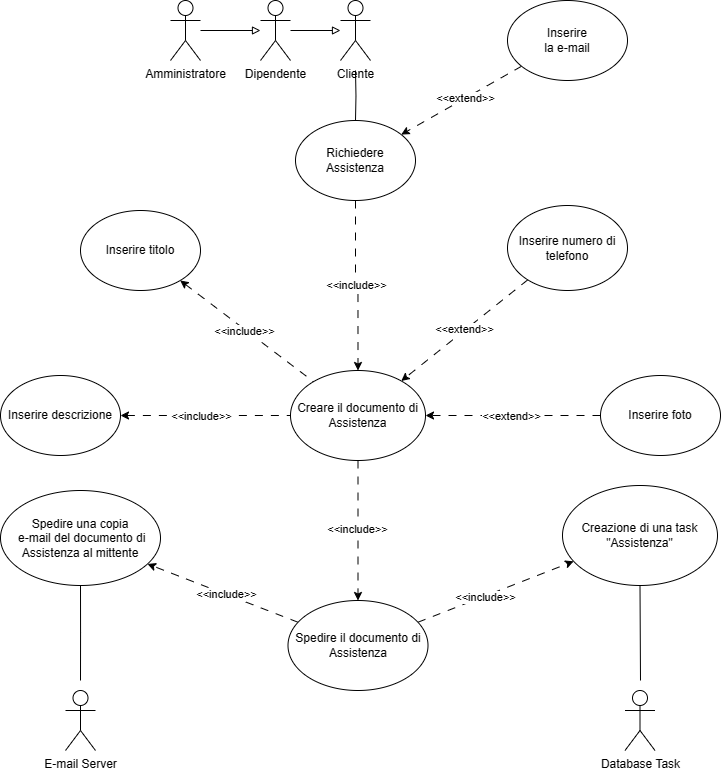
Earlier version of the draw.io export second-deliverable/images/RF7_assistenza_UCD.png (IS-FixMi/Documentation-Source). Source tidied: cells renumbered, new cells last; positions are measured from the earlier drawing's top-left corner, leaving out a move shared by most shapes.
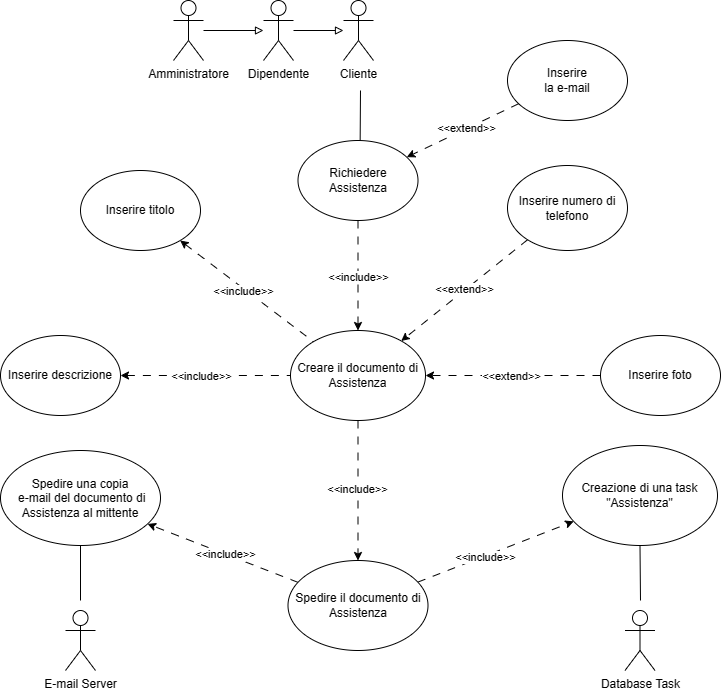
After the change.

Diff of the diagram source:
```diff
@@ -2,13 +2,8 @@
   <root>
     <mxCell id="0" />
     <mxCell id="1" parent="0" />
-    <mxCell id="2" style="edgeStyle=orthogonalEdgeStyle;rounded=0;jettySize=auto;html=1;endArrow=none;endFill=0;" parent="1" edge="1" target="6">
-      <mxGeometry relative="1" as="geometry">
-        <mxPoint x="355" y="70" as="sourcePoint" />
-      </mxGeometry>
-    </mxCell>
     <mxCell id="3" value="Cliente" style="shape=umlActor;verticalLabelPosition=bottom;verticalAlign=top;html=1;outlineConnect=0;" parent="1" vertex="1">
-      <mxGeometry x="340" width="30" height="60" as="geometry" />
+      <mxGeometry x="343" y="40" width="30" height="60" as="geometry" />
     </mxCell>
     <mxCell id="4" style="edgeStyle=orthogonalEdgeStyle;rounded=0;jettySize=auto;html=1;dashed=1;dashPattern=8 8;strokeColor=default;" parent="1" edge="1" source="6" target="12">
       <mxGeometry relative="1" as="geometry" />
@@ -18,8 +13,13 @@
         <mxPoint y="7" as="offset" />
       </mxGeometry>
     </mxCell>
+    <mxCell id="40" style="rounded=0;jettySize=auto;html=1;endArrow=none;endFill=0;exitX=0.518;exitY=0;exitDx=0;exitDy=0;exitPerimeter=0;" parent="1" edge="1" source="6">
+      <mxGeometry relative="1" as="geometry">
+        <mxPoint x="360" y="130" as="targetPoint" />
+      </mxGeometry>
+    </mxCell>
     <mxCell id="6" value="Richiedere&lt;br&gt;Assistenza" style="ellipse;whiteSpace=wrap;html=1;" parent="1" vertex="1">
-      <mxGeometry x="295" y="120" width="120" height="80" as="geometry" />
+      <mxGeometry x="297.5" y="180" width="120" height="80" as="geometry" />
     </mxCell>
     <mxCell id="7" style="rounded=0;jettySize=auto;html=1;dashed=1;dashPattern=8 8;" parent="1" edge="1" source="9" target="6">
       <mxGeometry relative="1" as="geometry" />
@@ -30,7 +30,7 @@
       </mxGeometry>
     </mxCell>
     <mxCell id="9" value="Inserire&lt;br&gt;la e-mail" style="ellipse;whiteSpace=wrap;html=1;" parent="1" vertex="1">
-      <mxGeometry x="507" width="120" height="80" as="geometry" />
+      <mxGeometry x="507" y="80" width="120" height="80" as="geometry" />
     </mxCell>
     <mxCell id="10" style="edgeStyle=orthogonalEdgeStyle;rounded=0;jettySize=auto;html=1;dashed=1;dashPattern=8 8;" parent="1" edge="1" source="12" target="33">
       <mxGeometry relative="1" as="geometry" />
@@ -43,28 +43,28 @@
     <mxCell id="12" value="Creare il documento di Assistenza" style="ellipse;whiteSpace=wrap;html=1;" parent="1" vertex="1">
       <mxGeometry x="290" y="370" width="135" height="90" as="geometry" />
     </mxCell>
+    <mxCell id="41" style="rounded=0;jettySize=auto;html=1;endArrow=none;endFill=0;" parent="1" edge="1" source="13">
+      <mxGeometry relative="1" as="geometry">
+        <mxPoint x="640" y="640" as="targetPoint" />
+      </mxGeometry>
+    </mxCell>
     <mxCell id="13" value="Creazione di una task &quot;Assistenza&quot;" style="ellipse;whiteSpace=wrap;html=1;" parent="1" vertex="1">
       <mxGeometry x="562" y="485" width="155" height="100" as="geometry" />
     </mxCell>
-    <mxCell id="14" style="rounded=0;jettySize=auto;html=1;endArrow=none;endFill=0;" parent="1" edge="1" target="13">
-      <mxGeometry relative="1" as="geometry">
-        <mxPoint x="640" y="680" as="sourcePoint" />
-      </mxGeometry>
-    </mxCell>
     <mxCell id="15" value="Database Task" style="shape=umlActor;verticalLabelPosition=bottom;verticalAlign=top;html=1;" parent="1" vertex="1">
-      <mxGeometry x="624.5" y="690" width="30" height="60" as="geometry" />
+      <mxGeometry x="624.5" y="650" width="30" height="60" as="geometry" />
     </mxCell>
     <mxCell id="16" style="edgeStyle=orthogonalEdgeStyle;rounded=0;jettySize=auto;html=1;endArrow=block;endFill=0;" parent="1" edge="1" source="17" target="3">
       <mxGeometry relative="1" as="geometry" />
     </mxCell>
     <mxCell id="17" value="Dipendente" style="shape=umlActor;verticalLabelPosition=bottom;verticalAlign=top;html=1;outlineConnect=0;" parent="1" vertex="1">
-      <mxGeometry x="260" width="30" height="60" as="geometry" />
+      <mxGeometry x="263" y="40" width="30" height="60" as="geometry" />
     </mxCell>
     <mxCell id="18" style="edgeStyle=orthogonalEdgeStyle;rounded=0;jettySize=auto;html=1;endArrow=block;endFill=0;" parent="1" edge="1" source="19" target="17">
       <mxGeometry relative="1" as="geometry" />
     </mxCell>
     <mxCell id="19" value="Amministratore" style="shape=umlActor;verticalLabelPosition=bottom;verticalAlign=top;html=1;outlineConnect=0;" parent="1" vertex="1">
-      <mxGeometry x="170" width="30" height="60" as="geometry" />
+      <mxGeometry x="173" y="40" width="30" height="60" as="geometry" />
     </mxCell>
     <mxCell id="20" style="rounded=0;jettySize=auto;html=1;dashed=1;dashPattern=8 8;startArrow=classic;startFill=1;endArrow=none;endFill=0;" parent="1" edge="1" source="22" target="12">
       <mxGeometry relative="1" as="geometry" />
@@ -116,11 +116,11 @@
     <mxCell id="33" value="Spedire il documento di Assistenza" style="ellipse;whiteSpace=wrap;html=1;" parent="1" vertex="1">
       <mxGeometry x="287.5" y="600" width="140" height="90" as="geometry" />
     </mxCell>
-    <mxCell id="34" style="edgeStyle=orthogonalEdgeStyle;rounded=0;jettySize=auto;html=1;endArrow=none;endFill=0;" parent="1" edge="1" source="35">
-      <mxGeometry relative="1" as="geometry">
-        <mxPoint x="80" y="680" as="targetPoint" />
-      </mxGeometry>
-    </mxCell>
+    <mxCell id="42" style="rounded=0;jettySize=auto;html=1;endArrow=none;endFill=0;" parent="1" edge="1" source="35">
+      <mxGeometry relative="1" as="geometry">
+        <mxPoint x="80" y="640" as="targetPoint" />
+      </mxGeometry>
+    </mxCell>
     <mxCell id="35" value="Spedire una copia&lt;br&gt;&amp;nbsp;e-mail del documento di Assistenza al mittente" style="ellipse;whiteSpace=wrap;html=1;" parent="1" vertex="1">
       <mxGeometry y="490" width="160" height="95" as="geometry" />
     </mxCell>
@@ -136,7 +136,7 @@
       <mxGeometry x="507" y="205" width="120" height="85" as="geometry" />
     </mxCell>
     <mxCell id="39" value="E-mail Server" style="shape=umlActor;verticalLabelPosition=bottom;verticalAlign=top;html=1;" parent="1" vertex="1">
-      <mxGeometry x="65" y="690" width="30" height="60" as="geometry" />
+      <mxGeometry x="65" y="650" width="30" height="60" as="geometry" />
     </mxCell>
   </root>
 </mxGraphModel>
```
